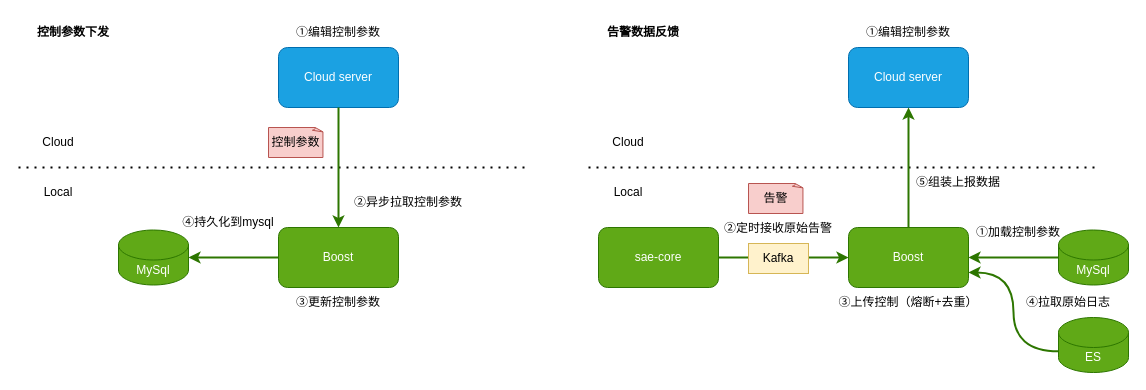
This is cloud_alarm_integration.drawio from popvlovs/popvlovs-repository, a draw.io file, before an edit. Source tidied: cells renumbered, new cells numbered last; positions are measured from the earlier drawing's top-left corner, leaving out a move shared by most shapes. Both pictures are drawn from the tidied source at 100%, with x=0, y=0 at pixel (18, 17).
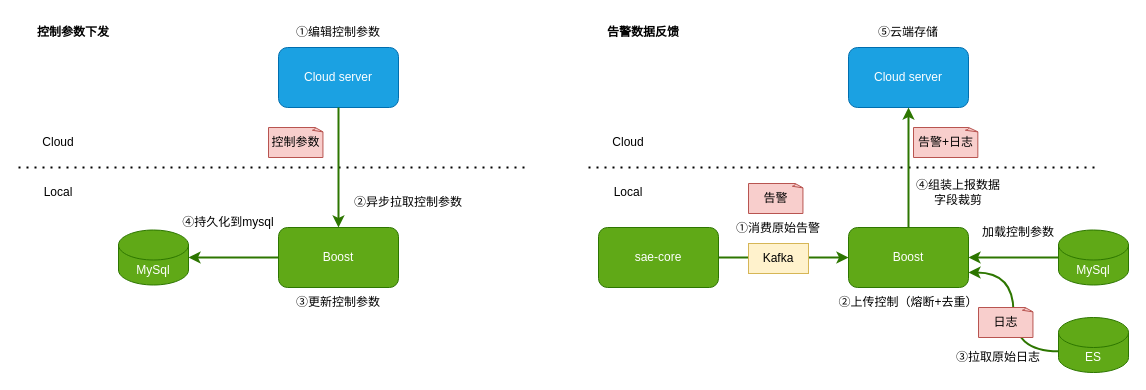
After the change.

Diff of the diagram source:
```diff
@@
-    <mxCell id="21" value="①编辑控制参数" style="text;html=1;strokeColor=none;fillColor=none;align=center;verticalAlign=middle;whiteSpace=wrap;rounded=0;fontSize=12;fontColor=#000000;" parent="1" vertex="1">
+    <mxCell id="21" value="⑤云端存储" style="text;html=1;strokeColor=none;fillColor=none;align=center;verticalAlign=middle;whiteSpace=wrap;rounded=0;fontSize=12;fontColor=#000000;" parent="1" vertex="1">
       <mxGeometry x="840" width="100" height="30" as="geometry" />
     </mxCell>
@@
-    <mxCell id="25" value="①加载控制参数" style="text;html=1;strokeColor=none;fillColor=none;align=center;verticalAlign=middle;whiteSpace=wrap;rounded=0;fontSize=12;fontColor=#000000;" parent="1" vertex="1">
+    <mxCell id="25" value="加载控制参数" style="text;html=1;strokeColor=none;fillColor=none;align=center;verticalAlign=middle;whiteSpace=wrap;rounded=0;fontSize=12;fontColor=#000000;" parent="1" vertex="1">
       <mxGeometry x="950" y="200" width="100" height="30" as="geometry" />
     </mxCell>
@@
-    <mxCell id="31" value="②定时接收原始告警" style="text;html=1;strokeColor=none;fillColor=none;align=center;verticalAlign=middle;whiteSpace=wrap;rounded=0;fontSize=12;fontColor=#000000;" parent="1" vertex="1">
+    <mxCell id="31" value="①消费原始告警" style="text;html=1;strokeColor=none;fillColor=none;align=center;verticalAlign=middle;whiteSpace=wrap;rounded=0;fontSize=12;fontColor=#000000;" parent="1" vertex="1">
       <mxGeometry x="700" y="196" width="120" height="30" as="geometry" />
     </mxCell>
-    <mxCell id="32" value="⑤组装上报数据" style="text;html=1;strokeColor=none;fillColor=none;align=center;verticalAlign=middle;whiteSpace=wrap;rounded=0;fontSize=12;fontColor=#000000;" parent="1" vertex="1">
-      <mxGeometry x="880" y="150" width="120" height="30" as="geometry" />
+    <mxCell id="32" value="④组装上报数据&lt;br&gt;字段裁剪" style="text;html=1;strokeColor=none;fillColor=none;align=center;verticalAlign=middle;whiteSpace=wrap;rounded=0;fontSize=12;fontColor=#000000;" parent="1" vertex="1">
+      <mxGeometry x="880" y="160" width="120" height="30" as="geometry" />
     </mxCell>
@@
-    <mxCell id="35" value="③上传控制（熔断+去重）" style="text;html=1;strokeColor=none;fillColor=none;align=center;verticalAlign=middle;whiteSpace=wrap;rounded=0;fontSize=12;fontColor=#000000;" parent="1" vertex="1">
+    <mxCell id="35" value="②上传控制（熔断+去重）" style="text;html=1;strokeColor=none;fillColor=none;align=center;verticalAlign=middle;whiteSpace=wrap;rounded=0;fontSize=12;fontColor=#000000;" parent="1" vertex="1">
       <mxGeometry x="815" y="270" width="150" height="30" as="geometry" />
     </mxCell>
-    <mxCell id="36" value="④拉取原始日志" style="text;html=1;strokeColor=none;fillColor=none;align=center;verticalAlign=middle;whiteSpace=wrap;rounded=0;fontSize=12;fontColor=#000000;" parent="1" vertex="1">
-      <mxGeometry x="990" y="270" width="120" height="30" as="geometry" />
+    <mxCell id="36" value="③拉取原始日志" style="text;html=1;strokeColor=none;fillColor=none;align=center;verticalAlign=middle;whiteSpace=wrap;rounded=0;fontSize=12;fontColor=#000000;" parent="1" vertex="1">
+      <mxGeometry x="920" y="325" width="120" height="30" as="geometry" />
     </mxCell>
+    <mxCell id="37" value="告警+日志" style="whiteSpace=wrap;html=1;shape=mxgraph.basic.document;fontSize=12;fillColor=#f8cecc;strokeColor=#b85450;" parent="1" vertex="1">
+      <mxGeometry x="895" y="110" width="65" height="30" as="geometry" />
+    </mxCell>
+    <mxCell id="38" value="日志" style="whiteSpace=wrap;html=1;shape=mxgraph.basic.document;fontSize=12;fillColor=#f8cecc;strokeColor=#b85450;" parent="1" vertex="1">
+      <mxGeometry x="960" y="290" width="55" height="30" as="geometry" />
+    </mxCell>
```
